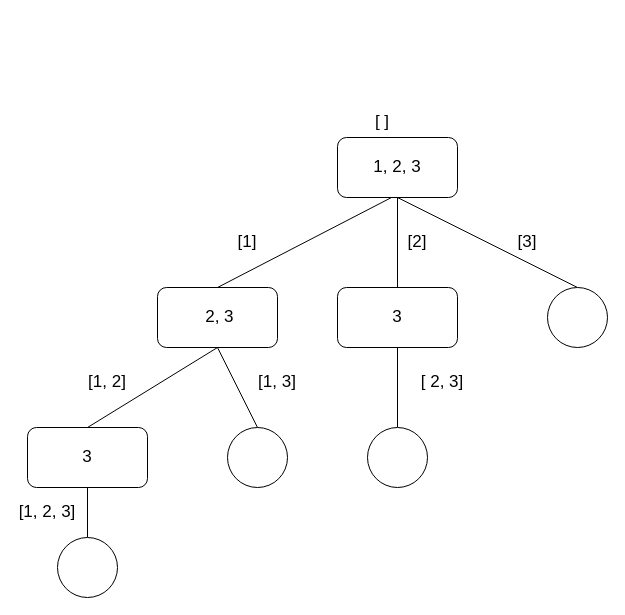
Earlier version of the draw.io diagram 16_回溯/11_子集.drawio (AprilLUU/TS_DS_ALGO). Source tidied: cells renumbered, new cells numbered last; positions are measured from the earlier drawing's top-left corner, leaving out a move shared by most shapes. Both pictures are drawn from the tidied source at 100%, with x=0, y=0 at pixel (17, 107).
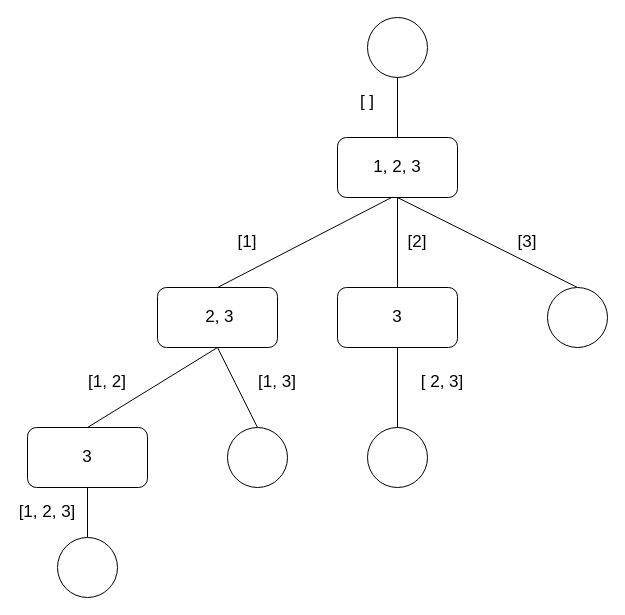
After the change.

Unchanged cells that the change refers to:
```xml
<mxCell id="2" value="&lt;font style=&quot;font-size: 17px;&quot;&gt;1, 2, 3&lt;/font&gt;" style="rounded=1;whiteSpace=wrap;html=1;" parent="1" vertex="1">
  <mxGeometry x="320" y="30" width="120" height="60" as="geometry" />
</mxCell>
```

What changed in the source:
```diff
@@
     <mxCell id="24" value="[ ]" style="text;html=1;strokeColor=none;fillColor=none;align=center;verticalAlign=middle;whiteSpace=wrap;rounded=0;fontSize=17;" parent="1" vertex="1">
-      <mxGeometry x="335" width="60" height="30" as="geometry" />
+      <mxGeometry x="320" y="-20" width="60" height="30" as="geometry" />
     </mxCell>
+    <mxCell id="25" style="ellipse;whiteSpace=wrap;html=1;fontSize=17;" parent="1" vertex="1">
+      <mxGeometry x="350" y="-90" width="60" height="60" as="geometry" />
+    </mxCell>
+    <mxCell id="26" style="endArrow=none;html=1;entryX=0.5;entryY=1;entryDx=0;entryDy=0;exitX=0.5;exitY=0;exitDx=0;exitDy=0;" parent="1" edge="1" source="2" target="25">
+      <mxGeometry relative="1" as="geometry" />
+    </mxCell>
```
